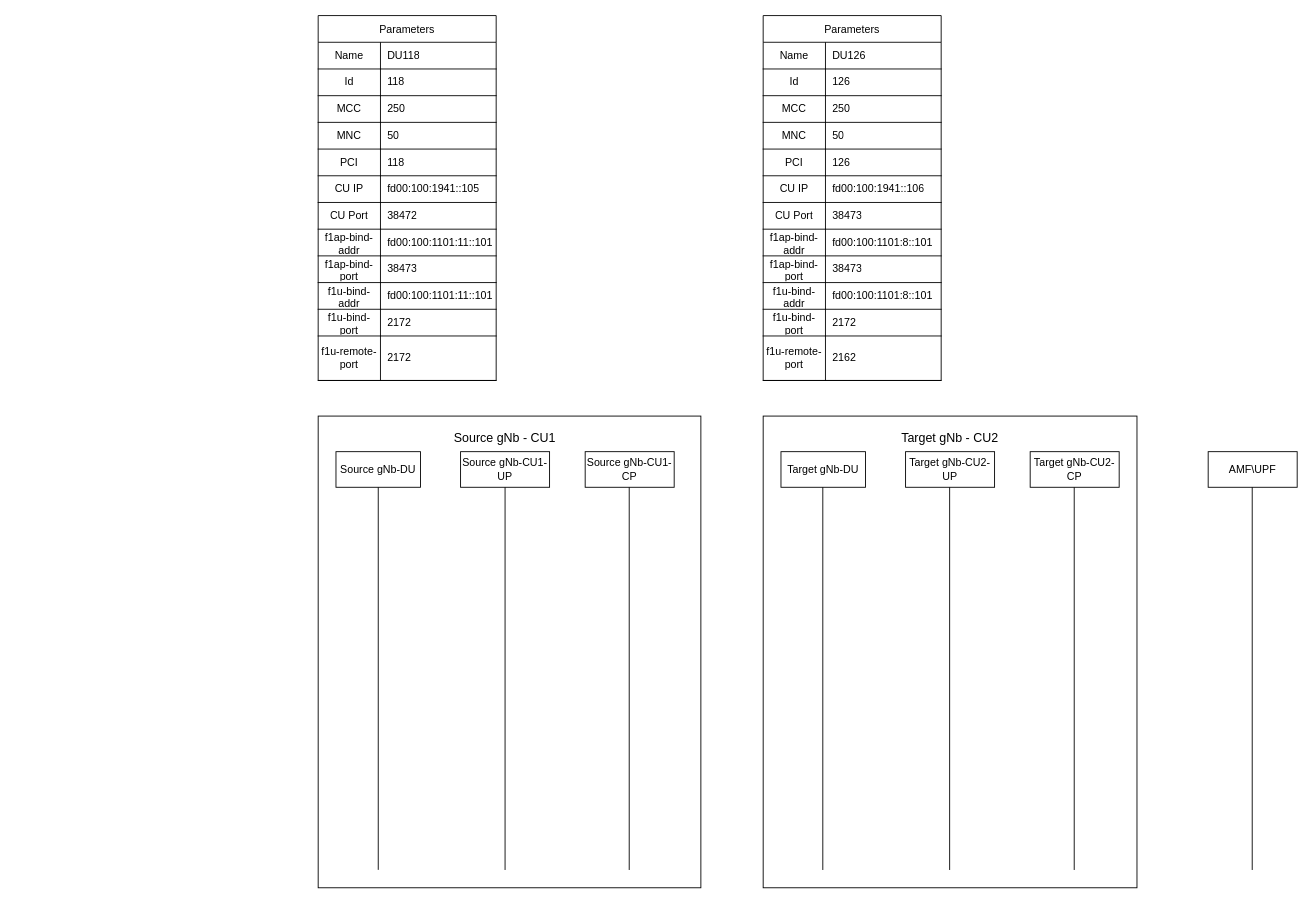
The draw.io diagram Inter_CU_Handover.drawio in fzybot/draw_io_schemes, before the edit. Source tidied: cells renumbered, new cells numbered last; positions are measured from the earlier drawing's top-left corner, leaving out a move shared by most shapes. Both pictures are drawn from the tidied source at 89%, with x=0, y=0 at pixel (318, 15). Pictures stored in the file or linked from it are replaced by grey dashed boxes.
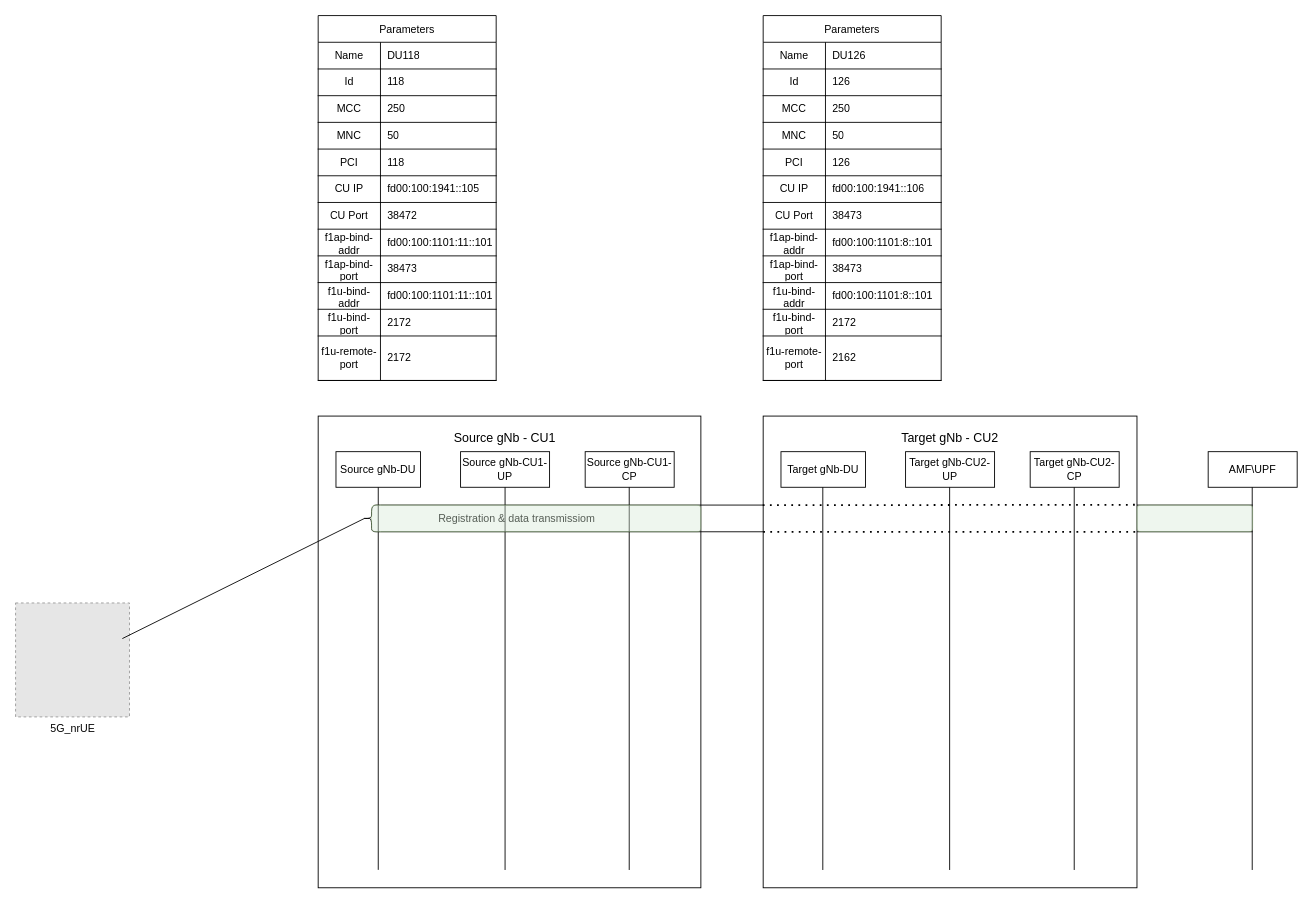
The same page after the edit.

Unchanged cells that the change refers to:
```xml
<mxCell id="4" style="rounded=0;whiteSpace=wrap;html=1;fillColor=none;" parent="1" vertex="1">
  <mxGeometry x="500" y="450" width="420" height="530" as="geometry" />
</mxCell>
```

Diff of the diagram source:
```diff
@@
+    <mxCell id="94" value="5G_nrUE" style="fillColor=#E6E6E6;strokeColor=#999999;dashed=1;html=1;verticalAlign=top;verticalLabelPosition=bottom;labelBackgroundColor=#ffffff;" parent="1" vertex="1">
+      <mxGeometry x="-340" y="660" width="128" height="128" as="geometry" />
+    </mxCell>
+    <mxCell id="95" style="endArrow=none;html=1;rounded=0;" parent="1" edge="1">
+      <mxGeometry relative="1" as="geometry">
+        <mxPoint x="70" y="550" as="sourcePoint" />
+        <mxPoint x="500" y="550" as="targetPoint" />
+      </mxGeometry>
+    </mxCell>
+    <mxCell id="96" style="endArrow=none;dashed=1;html=1;dashPattern=1 3;strokeWidth=2;rounded=0;exitX=-0.001;exitY=0.189;exitDx=0;exitDy=0;exitPerimeter=0;entryX=1.002;entryY=0.188;entryDx=0;entryDy=0;entryPerimeter=0;" parent="1" edge="1" source="4" target="4">
+      <mxGeometry relative="1" as="geometry" />
+    </mxCell>
+    <mxCell id="97" style="endArrow=none;html=1;rounded=0;" parent="1" edge="1">
+      <mxGeometry relative="1" as="geometry">
+        <mxPoint x="920" y="550" as="sourcePoint" />
+        <mxPoint x="1050" y="550" as="targetPoint" />
+      </mxGeometry>
+    </mxCell>
+    <mxCell id="98" style="endArrow=none;html=1;rounded=0;" parent="1" edge="1">
+      <mxGeometry relative="1" as="geometry">
+        <mxPoint x="70" y="580" as="sourcePoint" />
+        <mxPoint x="500" y="580" as="targetPoint" />
+      </mxGeometry>
+    </mxCell>
+    <mxCell id="99" style="endArrow=none;dashed=1;html=1;dashPattern=1 3;strokeWidth=2;rounded=0;exitX=-0.001;exitY=0.189;exitDx=0;exitDy=0;exitPerimeter=0;entryX=1.002;entryY=0.188;entryDx=0;entryDy=0;entryPerimeter=0;" parent="1" edge="1">
+      <mxGeometry relative="1" as="geometry">
+        <mxPoint x="500" y="580" as="sourcePoint" />
+        <mxPoint x="921" y="580" as="targetPoint" />
+      </mxGeometry>
+    </mxCell>
+    <mxCell id="100" style="endArrow=none;html=1;rounded=0;" parent="1" edge="1">
+      <mxGeometry relative="1" as="geometry">
+        <mxPoint x="920" y="580" as="sourcePoint" />
+        <mxPoint x="1050" y="580" as="targetPoint" />
+      </mxGeometry>
+    </mxCell>
+    <mxCell id="101" style="endArrow=none;html=1;rounded=0;entryX=0.1;entryY=0.5;entryDx=0;entryDy=0;entryPerimeter=0;" parent="1" edge="1" target="102">
+      <mxGeometry relative="1" as="geometry">
+        <mxPoint x="-220" y="700" as="sourcePoint" />
+      </mxGeometry>
+    </mxCell>
+    <mxCell id="102" style="shape=curlyBracket;whiteSpace=wrap;html=1;rounded=1;labelPosition=left;verticalLabelPosition=middle;align=right;verticalAlign=middle;" parent="1" vertex="1">
+      <mxGeometry x="50" y="550" width="20" height="30" as="geometry" />
+    </mxCell>
+    <mxCell id="103" value="Registration &amp;amp; data transmissiom&amp;nbsp;" style="text;html=1;strokeColor=none;fillColor=none;align=center;verticalAlign=middle;whiteSpace=wrap;rounded=0;" parent="1" vertex="1">
+      <mxGeometry x="90" y="550" width="270" height="30" as="geometry" />
+    </mxCell>
+    <mxCell id="104" style="rounded=1;whiteSpace=wrap;html=1;fillColor=#d5e8d4;strokeColor=#82b366;opacity=40;" parent="1" vertex="1">
+      <mxGeometry x="60" y="550" width="370" height="30" as="geometry" />
+    </mxCell>
+    <mxCell id="105" style="rounded=1;whiteSpace=wrap;html=1;fillColor=#d5e8d4;strokeColor=#82b366;opacity=40;" parent="1" vertex="1">
+      <mxGeometry x="920" y="550" width="130" height="30" as="geometry" />
+    </mxCell>
```
